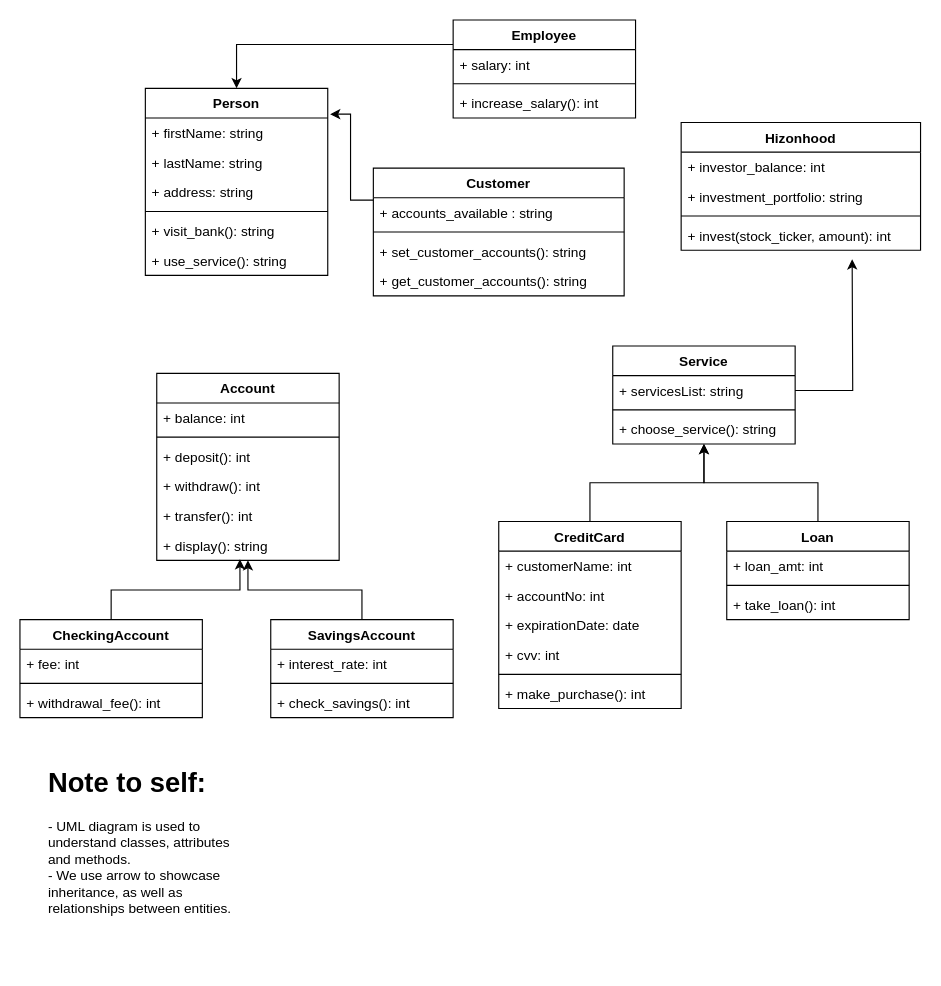
Earlier version of the draw.io diagram Banking_System2.drawio (JamesHizon/Axiom_Energy_Application). Source tidied: cells renumbered, new cells numbered last; positions are measured from the earlier drawing's top-left corner, leaving out a move shared by most shapes. Both pictures are drawn from the tidied source at 114%, with x=0, y=0 at pixel (19, 19).
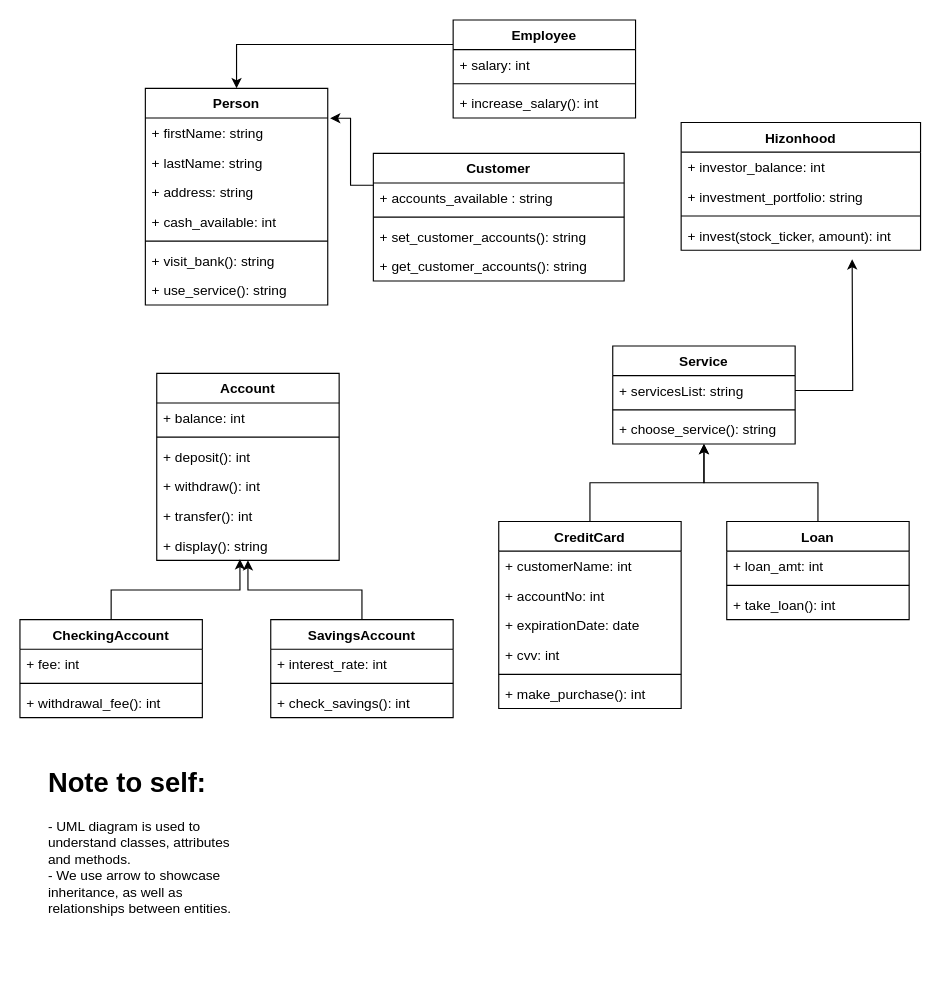
After the change.

Change to the diagram source:
```diff
@@
     <mxCell id="2" value="Person" style="swimlane;fontStyle=1;align=center;verticalAlign=top;horizontal=1;startSize=26;" parent="1" vertex="1">
-      <mxGeometry x="110" y="60" width="160" height="164" as="geometry" />
+      <mxGeometry x="110" y="60" width="160" height="190" as="geometry" />
     </mxCell>
@@
+    <mxCell id="61" value="+ address: string" style="text;strokeColor=none;fillColor=none;align=left;verticalAlign=top;spacingLeft=4;spacingRight=4;overflow=hidden;" parent="2" vertex="1">
+      <mxGeometry y="78" width="160" height="26" as="geometry" />
+    </mxCell>
-    <mxCell id="5" value="+ address: string" style="text;strokeColor=none;fillColor=none;align=left;verticalAlign=top;spacingLeft=4;spacingRight=4;overflow=hidden;" parent="2" vertex="1">
-      <mxGeometry y="78" width="160" height="26" as="geometry" />
+    <mxCell id="5" value="+ cash_available: int" style="text;strokeColor=none;fillColor=none;align=left;verticalAlign=top;spacingLeft=4;spacingRight=4;overflow=hidden;" parent="2" vertex="1">
+      <mxGeometry y="104" width="160" height="26" as="geometry" />
     </mxCell>
     <mxCell id="6" style="line;strokeWidth=1;fillColor=none;align=left;verticalAlign=middle;spacingTop=-1;spacingLeft=3;spacingRight=3;labelPosition=right;" parent="2" vertex="1">
-      <mxGeometry y="104" width="160" height="8" as="geometry" />
+      <mxGeometry y="130" width="160" height="8" as="geometry" />
     </mxCell>
     <mxCell id="7" value="+ visit_bank(): string" style="text;strokeColor=none;fillColor=none;align=left;verticalAlign=top;spacingLeft=4;spacingRight=4;overflow=hidden;" parent="2" vertex="1">
-      <mxGeometry y="112" width="160" height="26" as="geometry" />
+      <mxGeometry y="138" width="160" height="26" as="geometry" />
     </mxCell>
     <mxCell id="8" value="+ use_service(): string" style="text;strokeColor=none;fillColor=none;align=left;verticalAlign=top;spacingLeft=4;spacingRight=4;overflow=hidden;" parent="2" vertex="1">
-      <mxGeometry y="138" width="160" height="26" as="geometry" />
+      <mxGeometry y="164" width="160" height="26" as="geometry" />
     </mxCell>
@@
     <mxCell id="15" value="Customer" style="swimlane;fontStyle=1;align=center;verticalAlign=top;horizontal=1;startSize=26;" parent="1" vertex="1">
-      <mxGeometry x="310" y="130" width="220" height="112" as="geometry" />
+      <mxGeometry x="310" y="117" width="220" height="112" as="geometry" />
     </mxCell>
```
